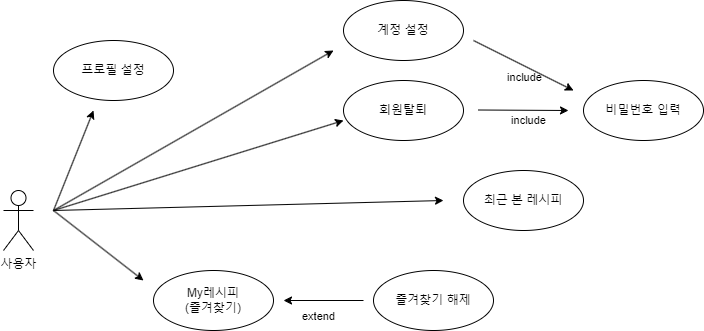
Yoon-jae-min/UsecaseDiagram keeps this draw.io diagram as 수정/마이페이지-수정.png. Above is the earlier version. Source tidied: cells renumbered, new cells last; positions are measured from the earlier drawing's top-left corner, leaving out a move shared by most shapes.
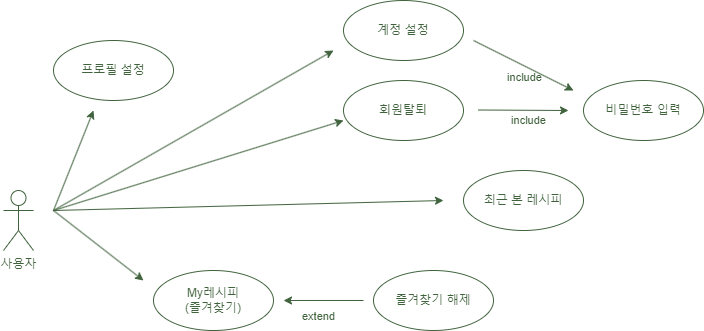
The same file after the commit.

Commit message:
마이페이지-수정.png 업데이트

What changed in the source:
```diff
@@ -2,74 +2,74 @@
   <root>
     <mxCell id="0" />
     <mxCell id="1" parent="0" />
-    <mxCell id="2" value="사용자" style="shape=umlActor;verticalLabelPosition=bottom;verticalAlign=top;html=1;fillColor=none;" parent="1" vertex="1">
+    <mxCell id="2" value="사용자" style="shape=umlActor;verticalLabelPosition=bottom;verticalAlign=top;html=1;fillColor=none;strokeColor=#40623d;fontColor=#40623d;" parent="1" vertex="1">
       <mxGeometry y="190" width="30" height="60" as="geometry" />
     </mxCell>
-    <mxCell id="3" value="회원탈퇴" style="ellipse;whiteSpace=wrap;html=1;fillColor=none;" parent="1" vertex="1">
+    <mxCell id="3" value="회원탈퇴" style="ellipse;whiteSpace=wrap;html=1;fillColor=none;strokeColor=#40623d;fontColor=#40623d;" parent="1" vertex="1">
       <mxGeometry x="340" y="80" width="120" height="60" as="geometry" />
     </mxCell>
-    <mxCell id="4" value="프로필 설정" style="ellipse;whiteSpace=wrap;html=1;fillColor=none;" parent="1" vertex="1">
+    <mxCell id="4" value="프로필 설정" style="ellipse;whiteSpace=wrap;html=1;fillColor=none;strokeColor=#40623d;fontColor=#40623d;" parent="1" vertex="1">
       <mxGeometry x="50" y="40" width="120" height="60" as="geometry" />
     </mxCell>
-    <mxCell id="5" value="My레시피&lt;div&gt;(즐겨찾기)&lt;/div&gt;" style="ellipse;whiteSpace=wrap;html=1;fillColor=none;" parent="1" vertex="1">
+    <mxCell id="5" value="My레시피&lt;div&gt;(즐겨찾기)&lt;/div&gt;" style="ellipse;whiteSpace=wrap;html=1;fillColor=none;strokeColor=#40623d;fontColor=#40623d;" parent="1" vertex="1">
       <mxGeometry x="150" y="270" width="120" height="60" as="geometry" />
     </mxCell>
-    <mxCell id="6" style="endArrow=classic;html=1;rounded=0;" parent="1" edge="1">
+    <mxCell id="6" style="endArrow=classic;html=1;rounded=0;strokeColor=#40623d;fontColor=#40623d;" parent="1" edge="1">
       <mxGeometry relative="1" as="geometry">
         <mxPoint x="50" y="210" as="sourcePoint" />
         <mxPoint x="90" y="110" as="targetPoint" />
       </mxGeometry>
     </mxCell>
-    <mxCell id="7" style="endArrow=classic;html=1;rounded=0;" parent="1" edge="1">
+    <mxCell id="7" style="endArrow=classic;html=1;rounded=0;strokeColor=#40623d;fontColor=#40623d;" parent="1" edge="1">
       <mxGeometry relative="1" as="geometry">
         <mxPoint x="50" y="210" as="sourcePoint" />
         <mxPoint x="340" y="120" as="targetPoint" />
       </mxGeometry>
     </mxCell>
-    <mxCell id="8" style="endArrow=classic;html=1;rounded=0;" parent="1" edge="1">
+    <mxCell id="8" style="endArrow=classic;html=1;rounded=0;strokeColor=#40623d;fontColor=#40623d;" parent="1" edge="1">
       <mxGeometry relative="1" as="geometry">
         <mxPoint x="50" y="210" as="sourcePoint" />
         <mxPoint x="140" y="280" as="targetPoint" />
       </mxGeometry>
     </mxCell>
-    <mxCell id="9" value="비밀번호 입력" style="ellipse;whiteSpace=wrap;html=1;fillColor=none;" parent="1" vertex="1">
+    <mxCell id="9" value="비밀번호 입력" style="ellipse;whiteSpace=wrap;html=1;fillColor=none;strokeColor=#40623d;fontColor=#40623d;" parent="1" vertex="1">
       <mxGeometry x="580" y="80" width="120" height="60" as="geometry" />
     </mxCell>
-    <mxCell id="10" value="include" style="endArrow=classic;html=1;rounded=0;labelBackgroundColor=none;" parent="1" edge="1">
+    <mxCell id="10" value="include" style="endArrow=classic;html=1;rounded=0;labelBackgroundColor=none;strokeColor=#40623d;fontColor=#40623d;" parent="1" edge="1">
       <mxGeometry x="0.11" y="-10" relative="1" as="geometry">
         <mxPoint x="475" y="109.5" as="sourcePoint" />
         <mxPoint x="565" y="110" as="targetPoint" />
       </mxGeometry>
     </mxCell>
-    <mxCell id="11" value="즐겨찾기 해제" style="ellipse;whiteSpace=wrap;html=1;fillColor=none;" parent="1" vertex="1">
+    <mxCell id="11" value="즐겨찾기 해제" style="ellipse;whiteSpace=wrap;html=1;fillColor=none;strokeColor=#40623d;fontColor=#40623d;" parent="1" vertex="1">
       <mxGeometry x="370" y="270" width="120" height="60" as="geometry" />
     </mxCell>
-    <mxCell id="12" value="extend" style="endArrow=classic;html=1;rounded=0;labelBackgroundColor=none;" parent="1" edge="1">
+    <mxCell id="12" value="extend" style="endArrow=classic;html=1;rounded=0;labelBackgroundColor=none;strokeColor=#40623d;fontColor=#40623d;" parent="1" edge="1">
       <mxGeometry x="0.12" y="15" relative="1" as="geometry">
         <mxPoint x="360" y="300" as="sourcePoint" />
         <mxPoint x="280" y="300" as="targetPoint" />
         <mxPoint y="1" as="offset" />
       </mxGeometry>
     </mxCell>
-    <mxCell id="13" value="계정 설정" style="ellipse;whiteSpace=wrap;html=1;fillColor=none;" parent="1" vertex="1">
+    <mxCell id="13" value="계정 설정" style="ellipse;whiteSpace=wrap;html=1;fillColor=none;strokeColor=#40623d;fontColor=#40623d;" parent="1" vertex="1">
       <mxGeometry x="340" width="120" height="60" as="geometry" />
     </mxCell>
-    <mxCell id="14" style="endArrow=classic;html=1;rounded=0;" parent="1" edge="1">
+    <mxCell id="14" style="endArrow=classic;html=1;rounded=0;strokeColor=#40623d;fontColor=#40623d;" parent="1" edge="1">
       <mxGeometry relative="1" as="geometry">
         <mxPoint x="50" y="210" as="sourcePoint" />
         <mxPoint x="330" y="50" as="targetPoint" />
       </mxGeometry>
     </mxCell>
-    <mxCell id="15" value="최근 본 레시피" style="ellipse;whiteSpace=wrap;html=1;fillColor=none;" parent="1" vertex="1">
+    <mxCell id="15" value="최근 본 레시피" style="ellipse;whiteSpace=wrap;html=1;fillColor=none;strokeColor=#40623d;fontColor=#40623d;" parent="1" vertex="1">
       <mxGeometry x="460" y="170" width="120" height="60" as="geometry" />
     </mxCell>
-    <mxCell id="16" style="endArrow=classic;html=1;rounded=0;" parent="1" edge="1">
+    <mxCell id="16" style="endArrow=classic;html=1;rounded=0;strokeColor=#40623d;fontColor=#40623d;" parent="1" edge="1">
       <mxGeometry relative="1" as="geometry">
         <mxPoint x="50" y="210" as="sourcePoint" />
         <mxPoint x="440" y="200" as="targetPoint" />
       </mxGeometry>
     </mxCell>
-    <mxCell id="17" value="include" style="endArrow=classic;html=1;rounded=0;labelBackgroundColor=none;" parent="1" edge="1">
+    <mxCell id="17" value="include" style="endArrow=classic;html=1;rounded=0;labelBackgroundColor=none;strokeColor=#40623d;fontColor=#40623d;" parent="1" edge="1">
       <mxGeometry x="0.11" y="-10" relative="1" as="geometry">
         <mxPoint x="470" y="40" as="sourcePoint" />
         <mxPoint x="570" y="90" as="targetPoint" />
```
